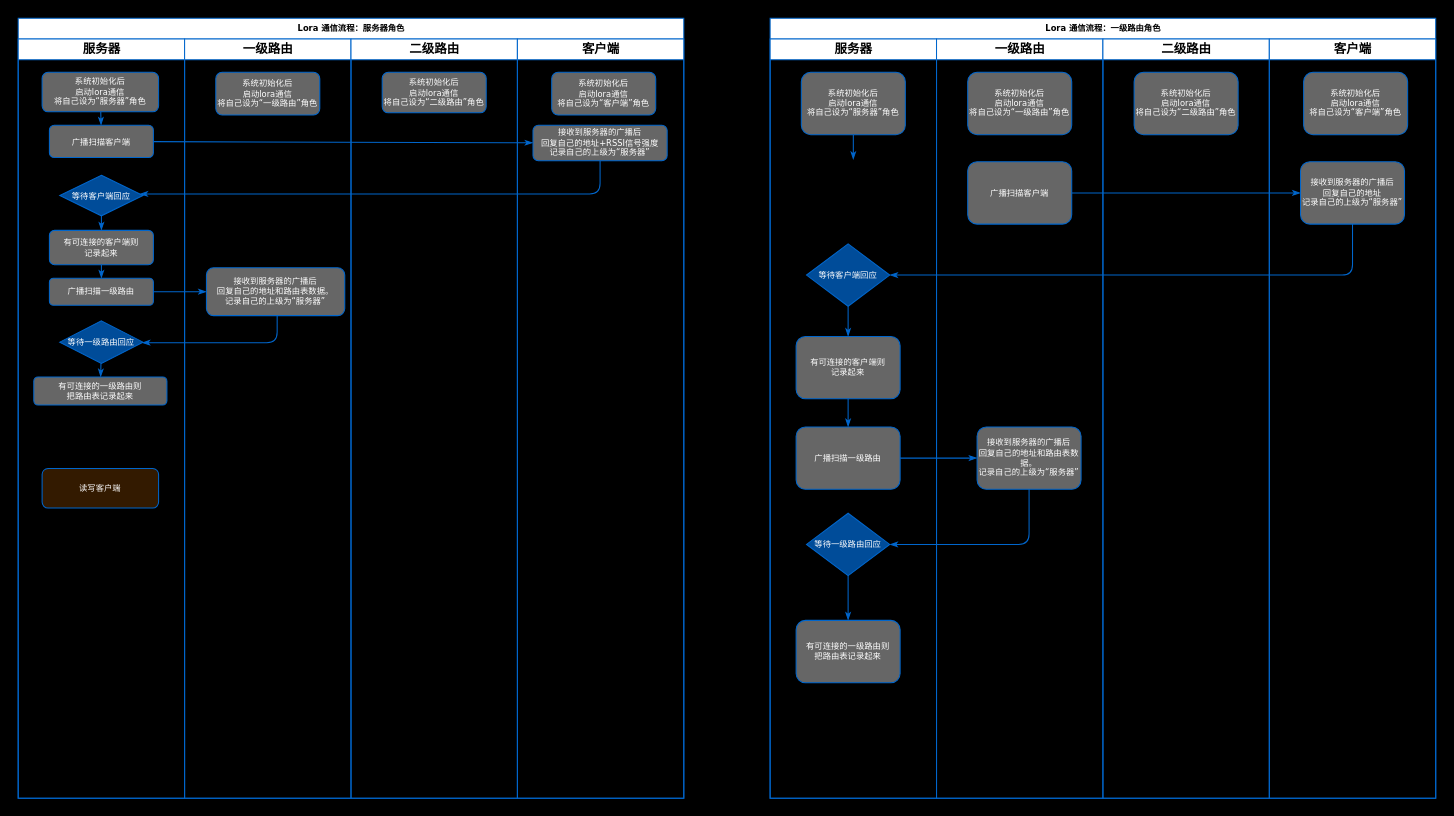
The draw.io diagram Lora_protocol_uml.drawio in doctor1cong/draw_flow_chart, before the edit. Source tidied: cells renumbered, new cells numbered last; positions are measured from the earlier drawing's top-left corner, leaving out a move shared by most shapes. Both pictures are drawn from the tidied source at 104%, with x=0, y=0 at pixel (18, 18).
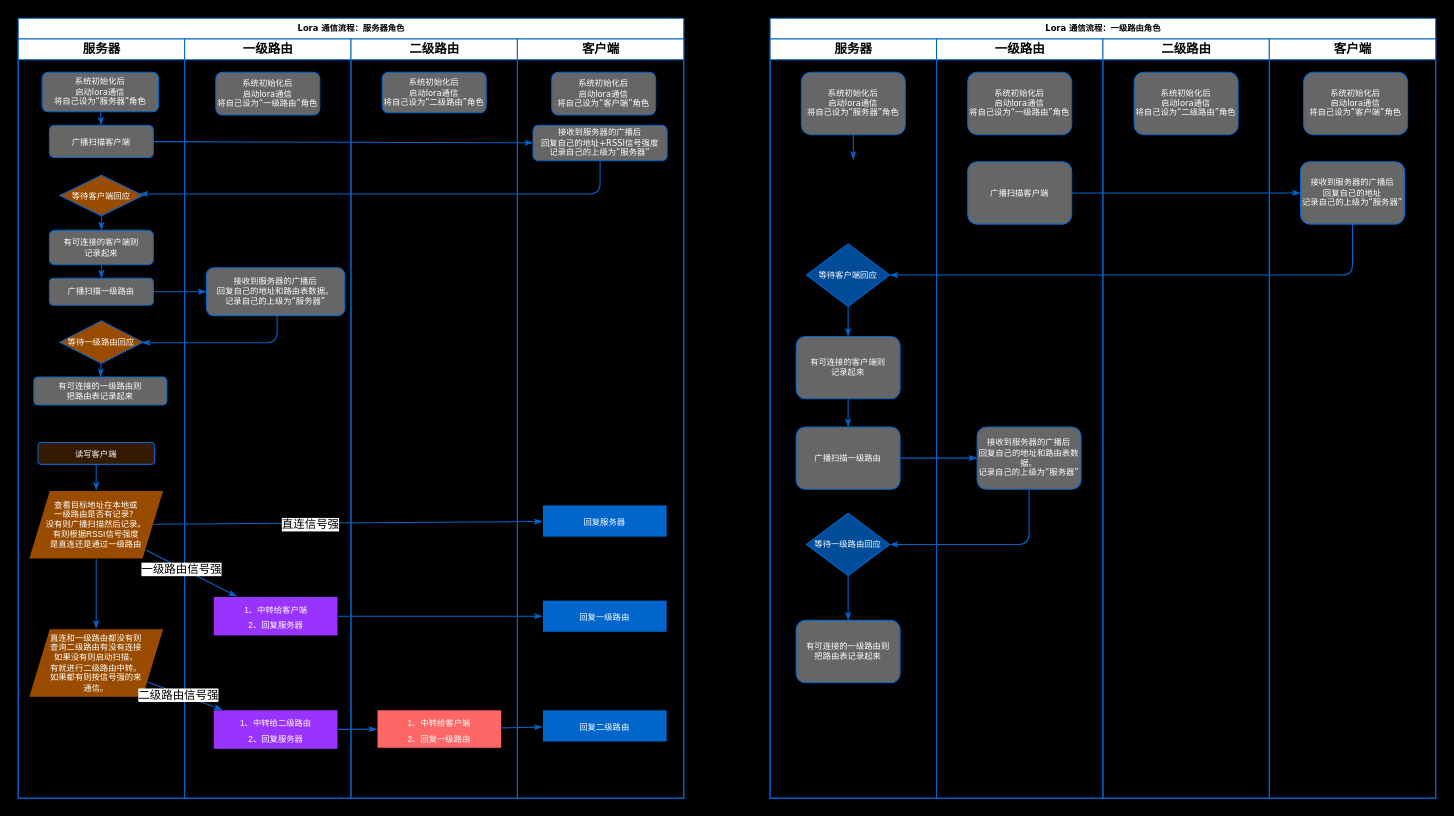
The same diagram, later.

Unchanged cells that the change refers to:
```xml
<mxCell id="2" value="Lora 通信流程：服务器角色" style="swimlane;html=1;startSize=20;rounded=0;shadow=0;labelBackgroundColor=none;strokeWidth=1;fontFamily=Verdana;fontSize=8;align=center;strokeColor=#0066CC;" parent="1" vertex="1">
  <mxGeometry width="640" height="750" as="geometry" />
</mxCell>
<mxCell id="3" value="&lt;font color=&quot;#000000&quot;&gt;服务器&lt;/font&gt;" style="swimlane;html=1;startSize=20;strokeColor=#0066CC;fontColor=#FFFFFF;" parent="2" vertex="1">
  <mxGeometry y="20" width="160" height="730" as="geometry" />
</mxCell>
<mxCell id="16" value="一级路由" style="swimlane;html=1;startSize=20;strokeColor=#0066CC;" parent="2" vertex="1">
  <mxGeometry x="160" y="20" width="160" height="730" as="geometry" />
</mxCell>
<mxCell id="20" value="二级路由" style="swimlane;html=1;startSize=20;strokeColor=#0066CC;" parent="2" vertex="1">
  <mxGeometry x="320" y="20" width="160" height="730" as="geometry" />
</mxCell>
<mxCell id="22" value="客户端" style="swimlane;html=1;startSize=20;strokeColor=#0066CC;" parent="2" vertex="1">
  <mxGeometry x="480" y="20" width="160" height="730" as="geometry" />
</mxCell>
```

The edit, as a diff of the source:
```diff
@@
-    <mxCell id="7" value="等待客户端回应" style="rhombus;whiteSpace=wrap;html=1;rounded=0;shadow=0;labelBackgroundColor=none;strokeWidth=1;fontFamily=Verdana;fontSize=8;align=center;strokeColor=#0066CC;fillColor=#004C99;fontColor=#FFFFFF;" parent="3" vertex="1">
+    <mxCell id="7" value="等待客户端回应" style="rhombus;whiteSpace=wrap;html=1;rounded=0;shadow=0;labelBackgroundColor=none;strokeWidth=1;fontFamily=Verdana;fontSize=8;align=center;strokeColor=#0066CC;fillColor=#994C00;fontColor=#FFFFFF;" parent="3" vertex="1">
       <mxGeometry x="40" y="131" width="80" height="39" as="geometry" />
     </mxCell>
@@
-    <mxCell id="12" value="等待一级路由回应" style="rhombus;whiteSpace=wrap;html=1;rounded=0;shadow=0;labelBackgroundColor=none;strokeWidth=1;fontFamily=Verdana;fontSize=8;align=center;strokeColor=#0066CC;fillColor=#004C99;fontColor=#FFFFFF;" parent="3" vertex="1">
+    <mxCell id="12" value="等待一级路由回应" style="rhombus;whiteSpace=wrap;html=1;rounded=0;shadow=0;labelBackgroundColor=none;strokeWidth=1;fontFamily=Verdana;fontSize=8;align=center;strokeColor=#0066CC;fillColor=#994C00;fontColor=#FFFFFF;" parent="3" vertex="1">
       <mxGeometry x="40" y="271" width="80" height="41" as="geometry" />
     </mxCell>
@@
     <mxCell id="15" value="读写客户端" style="rounded=1;whiteSpace=wrap;html=1;shadow=0;labelBackgroundColor=none;strokeWidth=1;fontFamily=Verdana;fontSize=8;align=center;strokeColor=#0066CC;fillColor=#331A00;fontColor=#FFFFFF;" parent="3" vertex="1">
-      <mxGeometry x="23" y="413" width="112" height="38" as="geometry" />
+      <mxGeometry x="19" y="388" width="112" height="21" as="geometry" />
     </mxCell>
+    <mxCell id="54" style="edgeStyle=orthogonalEdgeStyle;rounded=0;jettySize=auto;html=1;" parent="3" edge="1" source="55" target="57">
+      <mxGeometry relative="1" as="geometry" />
+    </mxCell>
+    <mxCell id="55" value="查看目标地址在本地或&lt;div&gt;一级路由&lt;span style=&quot;background-color: initial;&quot;&gt;是否有记录？&lt;/span&gt;&lt;div&gt;&lt;div&gt;没有则广播扫描然后记录。&lt;/div&gt;&lt;div&gt;有则根据RSSI信号强度&lt;/div&gt;&lt;div&gt;是直连还是通过一级路由&lt;/div&gt;&lt;/div&gt;&lt;/div&gt;" style="shape=parallelogram;perimeter=parallelogramPerimeter;whiteSpace=wrap;html=1;fixedSize=1;fillColor=#994C00;fontColor=#FFFFFF;fontSize=8;" parent="3" vertex="1">
+      <mxGeometry x="10" y="434" width="130" height="66" as="geometry" />
+    </mxCell>
+    <mxCell id="56" style="rounded=1;html=1;labelBackgroundColor=none;startArrow=none;startFill=0;startSize=5;endArrow=classicThin;endFill=1;endSize=5;jettySize=auto;strokeWidth=1;fontFamily=Verdana;fontSize=8;strokeColor=#0066CC;" parent="3" edge="1" source="15" target="55">
+      <mxGeometry relative="1" as="geometry" />
+    </mxCell>
+    <mxCell id="57" value="直连和一级路由都没有则&lt;div&gt;查询二级路由有没有连接&lt;/div&gt;&lt;div&gt;如果没有则启动扫描，&lt;/div&gt;&lt;div&gt;有就进行二级路由中转。&lt;/div&gt;&lt;div&gt;如果都有则按信号强的来&lt;/div&gt;&lt;div&gt;通信。&lt;/div&gt;" style="shape=parallelogram;perimeter=parallelogramPerimeter;whiteSpace=wrap;html=1;fixedSize=1;fillColor=#994C00;fontColor=#FFFFFF;fontSize=8;" parent="3" vertex="1">
+      <mxGeometry x="10" y="567" width="130" height="66" as="geometry" />
+    </mxCell>
+    <mxCell id="58" style="rounded=1;html=1;labelBackgroundColor=none;startArrow=none;startFill=0;startSize=5;endArrow=classicThin;endFill=1;endSize=5;jettySize=auto;strokeWidth=1;fontFamily=Verdana;fontSize=8;strokeColor=#0066CC;exitX=0.5;exitY=1;exitDx=0;exitDy=0;" parent="3" edge="1" source="55" target="57">
+      <mxGeometry relative="1" as="geometry" />
+    </mxCell>
@@
+    <mxCell id="59" value="&lt;font color=&quot;#ffffff&quot;&gt;&lt;span style=&quot;font-size: 8px;&quot;&gt;1、中转给客户端&lt;/span&gt;&lt;/font&gt;&lt;div&gt;&lt;font color=&quot;#ffffff&quot;&gt;&lt;span style=&quot;font-size: 8px;&quot;&gt;2、回复服务器&lt;/span&gt;&lt;/font&gt;&lt;/div&gt;" style="rounded=0;whiteSpace=wrap;html=1;fillColor=#9933FF;" parent="16" vertex="1">
+      <mxGeometry x="27.5" y="536" width="120" height="38" as="geometry" />
+    </mxCell>
+    <mxCell id="60" value="&lt;font color=&quot;#ffffff&quot;&gt;&lt;span style=&quot;font-size: 8px;&quot;&gt;1、中转给二级路由&lt;/span&gt;&lt;/font&gt;&lt;div&gt;&lt;font color=&quot;#ffffff&quot;&gt;&lt;span style=&quot;font-size: 8px;&quot;&gt;2、回复服务器&lt;/span&gt;&lt;/font&gt;&lt;/div&gt;" style="rounded=0;whiteSpace=wrap;html=1;fillColor=#9933FF;" parent="16" vertex="1">
+      <mxGeometry x="27.5" y="645" width="120" height="38" as="geometry" />
+    </mxCell>
@@
+    <mxCell id="61" value="&lt;font color=&quot;#ffffff&quot;&gt;&lt;span style=&quot;font-size: 8px;&quot;&gt;1、中转给客户端&lt;/span&gt;&lt;/font&gt;&lt;div&gt;&lt;font color=&quot;#ffffff&quot;&gt;&lt;span style=&quot;font-size: 8px;&quot;&gt;2、回复一级路由&lt;/span&gt;&lt;/font&gt;&lt;/div&gt;" style="rounded=0;whiteSpace=wrap;html=1;fillColor=#FF6666;" parent="20" vertex="1">
+      <mxGeometry x="25" y="645" width="120" height="37" as="geometry" />
+    </mxCell>
@@
+    <mxCell id="62" value="&lt;font style=&quot;font-size: 8px;&quot; color=&quot;#ffffff&quot;&gt;回复服务器&lt;/font&gt;" style="rounded=0;whiteSpace=wrap;html=1;fillColor=#0066CC;" parent="22" vertex="1">
+      <mxGeometry x="24" y="448" width="120" height="31" as="geometry" />
+    </mxCell>
+    <mxCell id="63" value="&lt;font style=&quot;font-size: 8px;&quot; color=&quot;#ffffff&quot;&gt;回复一级路由&lt;/font&gt;" style="rounded=0;whiteSpace=wrap;html=1;fillColor=#0066CC;" parent="22" vertex="1">
+      <mxGeometry x="24" y="539.5" width="120" height="31" as="geometry" />
+    </mxCell>
+    <mxCell id="64" value="&lt;font style=&quot;font-size: 8px;&quot; color=&quot;#ffffff&quot;&gt;回复二级路由&lt;/font&gt;" style="rounded=0;whiteSpace=wrap;html=1;fillColor=#0066CC;" parent="22" vertex="1">
+      <mxGeometry x="24" y="645" width="120" height="31" as="geometry" />
+    </mxCell>
@@
+    <mxCell id="65" style="rounded=1;html=1;labelBackgroundColor=none;startArrow=none;startFill=0;startSize=5;endArrow=classicThin;endFill=1;endSize=5;jettySize=auto;strokeWidth=1;fontFamily=Verdana;fontSize=8;strokeColor=#0066CC;" parent="2" edge="1" source="55" target="62">
+      <mxGeometry relative="1" as="geometry" />
+    </mxCell>
+    <mxCell id="66" value="直连信号强" style="edgeLabel;html=1;align=center;verticalAlign=middle;" parent="65" vertex="1">
+      <mxGeometry x="-0.2" y="-1" relative="1" as="geometry" />
+    </mxCell>
+    <mxCell id="67" style="rounded=1;html=1;labelBackgroundColor=none;startArrow=none;startFill=0;startSize=5;endArrow=classicThin;endFill=1;endSize=5;jettySize=auto;strokeWidth=1;fontFamily=Verdana;fontSize=8;strokeColor=#0066CC;" parent="2" edge="1" source="55" target="59">
+      <mxGeometry relative="1" as="geometry" />
+    </mxCell>
+    <mxCell id="68" value="一级路由信号强" style="edgeLabel;html=1;align=center;verticalAlign=middle;" parent="67" vertex="1">
+      <mxGeometry x="-0.2" y="-1" relative="1" as="geometry" />
+    </mxCell>
+    <mxCell id="69" style="rounded=1;html=1;labelBackgroundColor=none;startArrow=none;startFill=0;startSize=5;endArrow=classicThin;endFill=1;endSize=5;jettySize=auto;strokeWidth=1;fontFamily=Verdana;fontSize=8;strokeColor=#0066CC;" parent="2" edge="1" source="59" target="63">
+      <mxGeometry relative="1" as="geometry" />
+    </mxCell>
+    <mxCell id="70" style="rounded=1;html=1;labelBackgroundColor=none;startArrow=none;startFill=0;startSize=5;endArrow=classicThin;endFill=1;endSize=5;jettySize=auto;strokeWidth=1;fontFamily=Verdana;fontSize=8;strokeColor=#0066CC;" parent="2" edge="1" source="57" target="60">
+      <mxGeometry relative="1" as="geometry" />
+    </mxCell>
+    <mxCell id="71" value="二级路由信号强" style="edgeLabel;html=1;align=center;verticalAlign=middle;" parent="70" vertex="1">
+      <mxGeometry x="-0.2" y="-1" relative="1" as="geometry" />
+    </mxCell>
+    <mxCell id="72" style="rounded=1;html=1;labelBackgroundColor=none;startArrow=none;startFill=0;startSize=5;endArrow=classicThin;endFill=1;endSize=5;jettySize=auto;strokeWidth=1;fontFamily=Verdana;fontSize=8;strokeColor=#0066CC;" parent="2" edge="1" source="60" target="61">
+      <mxGeometry relative="1" as="geometry" />
+    </mxCell>
+    <mxCell id="73" style="rounded=1;html=1;labelBackgroundColor=none;startArrow=none;startFill=0;startSize=5;endArrow=classicThin;endFill=1;endSize=5;jettySize=auto;strokeWidth=1;fontFamily=Verdana;fontSize=8;strokeColor=#0066CC;" parent="2" edge="1" source="61" target="64">
+      <mxGeometry relative="1" as="geometry" />
+    </mxCell>
```
